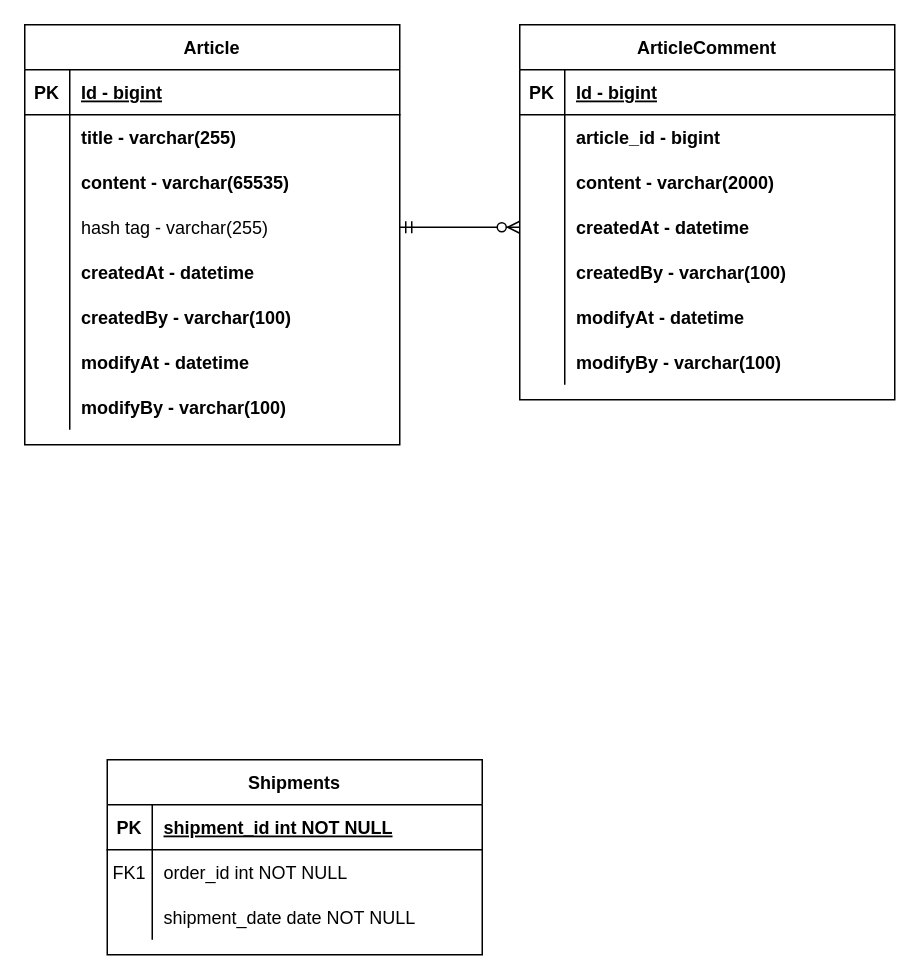
This is document/project-board-erd.drawio from CBNU-parasite/-, a draw.io file, before an edit. Source tidied: cells renumbered, new cells numbered last; positions are measured from the earlier drawing's top-left corner, leaving out a move shared by most shapes. Both pictures are drawn from the tidied source at 150%, with x=0, y=0 at pixel (24, 24).
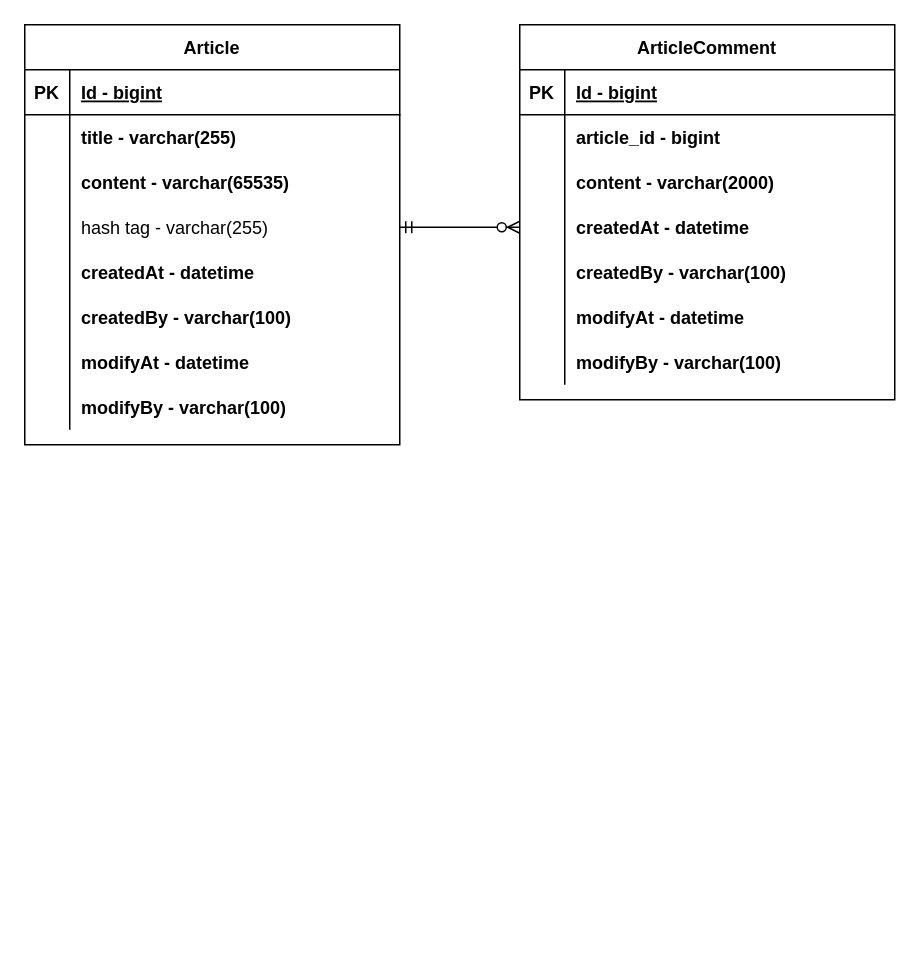
The same diagram, later.

Commit message:
change board project erd

Diff of the diagram source:
```diff
@@
-    <mxCell id="2" value="Shipments" style="shape=table;startSize=30;childLayout=tableLayout;rowLines=0;fontStyle=1;align=center;" parent="1" vertex="1">
-      <mxGeometry x="55" y="490" width="250" height="130" as="geometry" />
-    </mxCell>
-    <mxCell id="3" style="shape=partialRectangle;fillColor=none;top=0;left=0;right=0;bottom=1;" parent="2" vertex="1">
-      <mxGeometry y="30" width="250" height="30" as="geometry" />
-    </mxCell>
-    <mxCell id="4" value="PK" style="shape=partialRectangle;overflow=hidden;fillColor=none;top=0;left=0;bottom=0;right=0;fontStyle=1;" parent="3" vertex="1">
-      <mxGeometry width="30" height="30" as="geometry" />
-    </mxCell>
-    <mxCell id="5" value="shipment_id int NOT NULL " style="shape=partialRectangle;overflow=hidden;fillColor=none;top=0;left=0;bottom=0;right=0;align=left;spacingLeft=6;fontStyle=5;" parent="3" vertex="1">
-      <mxGeometry x="30" width="220" height="30" as="geometry" />
-    </mxCell>
-    <mxCell id="6" style="shape=partialRectangle;fillColor=none;top=0;left=0;right=0;bottom=0;" parent="2" vertex="1">
-      <mxGeometry y="60" width="250" height="30" as="geometry" />
-    </mxCell>
-    <mxCell id="7" value="FK1" style="shape=partialRectangle;overflow=hidden;fillColor=none;top=0;left=0;bottom=0;right=0;" parent="6" vertex="1">
-      <mxGeometry width="30" height="30" as="geometry" />
-    </mxCell>
-    <mxCell id="8" value="order_id int NOT NULL" style="shape=partialRectangle;overflow=hidden;fillColor=none;top=0;left=0;bottom=0;right=0;align=left;spacingLeft=6;" parent="6" vertex="1">
-      <mxGeometry x="30" width="220" height="30" as="geometry" />
-    </mxCell>
-    <mxCell id="9" style="shape=partialRectangle;fillColor=none;top=0;left=0;right=0;bottom=0;" parent="2" vertex="1">
-      <mxGeometry y="90" width="250" height="30" as="geometry" />
-    </mxCell>
-    <mxCell id="10" style="shape=partialRectangle;overflow=hidden;fillColor=none;top=0;left=0;bottom=0;right=0;" parent="9" vertex="1">
-      <mxGeometry width="30" height="30" as="geometry" />
-    </mxCell>
-    <mxCell id="11" value="shipment_date date NOT NULL" style="shape=partialRectangle;overflow=hidden;fillColor=none;top=0;left=0;bottom=0;right=0;align=left;spacingLeft=6;" parent="9" vertex="1">
-      <mxGeometry x="30" width="220" height="30" as="geometry" />
-    </mxCell>
```
